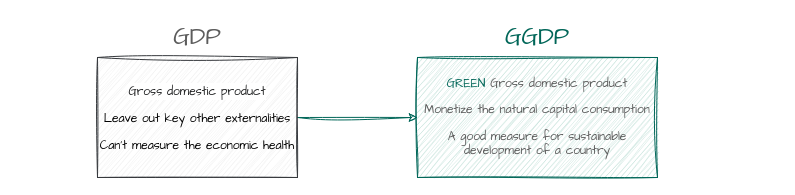
Before: new/流程图.drawio in kaze-0/figure, a draw.io diagram. Source tidied: cells renumbered, new cells numbered last; positions are measured from the earlier drawing's top-left corner, leaving out a move shared by most shapes. Both pictures are drawn from the tidied source at 100%, with x=0, y=0 at pixel (97, 17).
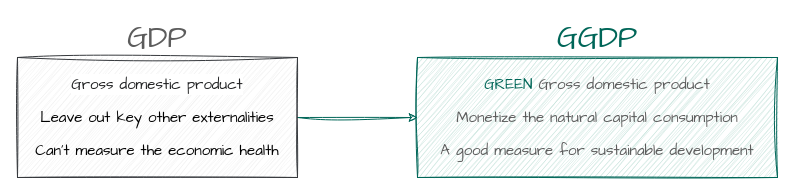
After the change.

Commit message (it also covers changes not shown here):
更新流程图.drawio

Change to the diagram source:
```diff
@@
 <mxGraphModel>
   <root>
     <mxCell id="0" />
     <mxCell id="1" parent="0" />
-    <mxCell id="2" value="GDP" style="text;html=1;strokeColor=none;fillColor=none;align=center;verticalAlign=middle;whiteSpace=wrap;rounded=0;fontSize=24;fontFamily=Architects Daughter;fontColor=#5C5C5C;" parent="1" vertex="1">
-      <mxGeometry x="60" width="80" height="40" as="geometry" />
+    <mxCell id="2" value="&lt;font style=&quot;font-size: 30px;&quot;&gt;GDP&lt;/font&gt;" style="text;html=1;strokeColor=none;fillColor=none;align=center;verticalAlign=middle;whiteSpace=wrap;rounded=0;fontSize=24;fontFamily=Architects Daughter;fontColor=#5C5C5C;" parent="1" vertex="1">
+      <mxGeometry x="20" width="80" height="40" as="geometry" />
     </mxCell>
     <mxCell id="3" style="edgeStyle=orthogonalEdgeStyle;rounded=0;sketch=1;hachureGap=4;jiggle=2;curveFitting=1;jettySize=auto;html=1;exitX=1;exitY=0.5;exitDx=0;exitDy=0;entryX=0;entryY=0.5;entryDx=0;entryDy=0;strokeColor=#006658;fontFamily=Architects Daughter;fontSize=12;fontColor=#006658;fillColor=#21C0A5;" parent="1" edge="1" source="4" target="5">
       <mxGeometry relative="1" as="geometry" />
     </mxCell>
-    <mxCell id="4" value="&lt;p style=&quot;line-height: 120%;&quot;&gt;&lt;font style=&quot;font-size: 12px;&quot;&gt;&lt;span style=&quot;color: rgb(32, 33, 34); text-align: start; background-color: rgb(255, 255, 255);&quot;&gt;Gross domestic product&lt;br&gt;&lt;/span&gt;Leave out key other externalities&lt;br&gt;Can't measure the economic health&lt;br&gt;&lt;/font&gt;&lt;/p&gt;" style="rounded=0;whiteSpace=wrap;html=1;sketch=1;hachureGap=4;jiggle=2;curveFitting=1;fontFamily=Architects Daughter;fontSize=20;fillColor=#eeeeee;strokeColor=#36393d;fillStyle=auto;" parent="1" vertex="1">
-      <mxGeometry y="40" width="200" height="120" as="geometry" />
+    <mxCell id="4" value="&lt;p style=&quot;line-height: 120%; font-size: 15px;&quot;&gt;&lt;font style=&quot;font-size: 15px;&quot;&gt;&lt;span style=&quot;color: rgb(32, 33, 34); text-align: start; background-color: rgb(255, 255, 255);&quot;&gt;Gross domestic product&lt;/span&gt;&lt;/font&gt;&lt;/p&gt;&lt;p style=&quot;line-height: 120%; font-size: 15px;&quot;&gt;&lt;font style=&quot;font-size: 15px;&quot;&gt;Leave out key other externalities&lt;/font&gt;&lt;/p&gt;&lt;p style=&quot;line-height: 120%; font-size: 15px;&quot;&gt;&lt;font style=&quot;font-size: 15px;&quot;&gt;Can't measure the economic health&lt;/font&gt;&lt;/p&gt;" style="rounded=0;whiteSpace=wrap;html=1;sketch=1;hachureGap=4;jiggle=2;curveFitting=1;fontFamily=Architects Daughter;fontSize=20;fillColor=#eeeeee;strokeColor=#36393d;fillStyle=auto;" parent="1" vertex="1">
+      <mxGeometry x="-80" y="40" width="280" height="120" as="geometry" />
     </mxCell>
-    <mxCell id="5" value="&lt;p style=&quot;line-height: 120%;&quot;&gt;&lt;font color=&quot;#006658&quot;&gt;GREEN&lt;/font&gt; Gross domestic product&lt;br&gt;&lt;/p&gt;&lt;p&gt;&lt;font style=&quot;font-size: 12px;&quot;&gt;Monetize the natural capital consumption&lt;br&gt;&lt;/font&gt;&lt;/p&gt;&lt;p&gt;&lt;font style=&quot;font-size: 12px;&quot;&gt;A good measure for sustainable development of a country&lt;/font&gt;&lt;/p&gt;&lt;p&gt;&lt;/p&gt;&lt;p&gt;&lt;/p&gt;" style="rounded=0;whiteSpace=wrap;html=1;sketch=1;hachureGap=4;jiggle=2;fillStyle=auto;curveFitting=1;strokeColor=#006658;fontFamily=Architects Daughter;fontSize=12;fontColor=#5C5C5C;fillColor=#C3E0D9;" parent="1" vertex="1">
-      <mxGeometry x="320" y="40" width="240" height="120" as="geometry" />
+    <mxCell id="5" value="&lt;p style=&quot;font-size: 15px;&quot;&gt;&lt;font style=&quot;font-size: 15px;&quot;&gt;&lt;font style=&quot;font-size: 15px;&quot; color=&quot;#006658&quot;&gt;GREEN&lt;/font&gt; Gross domestic product&lt;/font&gt;&lt;/p&gt;&lt;p style=&quot;font-size: 15px;&quot;&gt;&lt;font style=&quot;font-size: 15px;&quot;&gt;Monetize the natural capital consumption&lt;/font&gt;&lt;/p&gt;&lt;p style=&quot;font-size: 15px;&quot;&gt;&lt;font style=&quot;font-size: 15px;&quot;&gt;A good measure for sustainable development&lt;/font&gt;&lt;/p&gt;&lt;p&gt;&lt;/p&gt;&lt;p&gt;&lt;/p&gt;" style="rounded=0;whiteSpace=wrap;html=1;sketch=1;hachureGap=4;jiggle=2;fillStyle=auto;curveFitting=1;strokeColor=#006658;fontFamily=Architects Daughter;fontSize=12;fontColor=#5C5C5C;fillColor=#C3E0D9;" parent="1" vertex="1">
+      <mxGeometry x="320" y="40" width="360" height="120" as="geometry" />
     </mxCell>
-    <mxCell id="6" value="GGDP" style="text;html=1;strokeColor=none;fillColor=none;align=center;verticalAlign=middle;whiteSpace=wrap;rounded=0;fontSize=24;fontFamily=Architects Daughter;fontColor=#006658;" parent="1" vertex="1">
-      <mxGeometry x="400" width="80" height="40" as="geometry" />
+    <mxCell id="6" value="&lt;font style=&quot;font-size: 30px;&quot;&gt;GGDP&lt;/font&gt;" style="text;html=1;strokeColor=none;fillColor=none;align=center;verticalAlign=middle;whiteSpace=wrap;rounded=0;fontSize=24;fontFamily=Architects Daughter;fontColor=#006658;" parent="1" vertex="1">
+      <mxGeometry x="460" width="80" height="40" as="geometry" />
     </mxCell>
   </root>
 </mxGraphModel>
```
